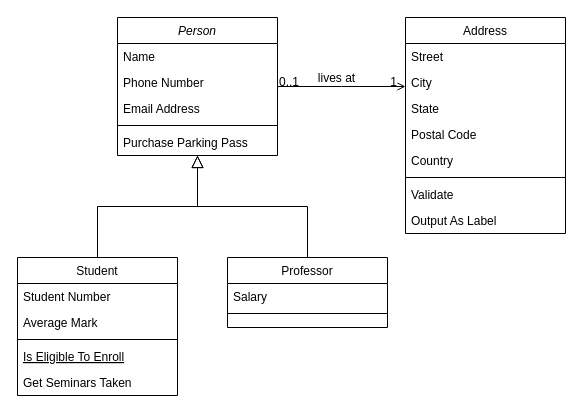
eignil/my-linux-note keeps this draw.io diagram as Untitled Diagram.drawio. Above is the earlier version. Source tidied: cells renumbered, new cells numbered last; positions are measured from the earlier drawing's top-left corner, leaving out a move shared by most shapes. Both pictures are drawn from the tidied source at 100%, with x=0, y=0 at pixel (17, 17).
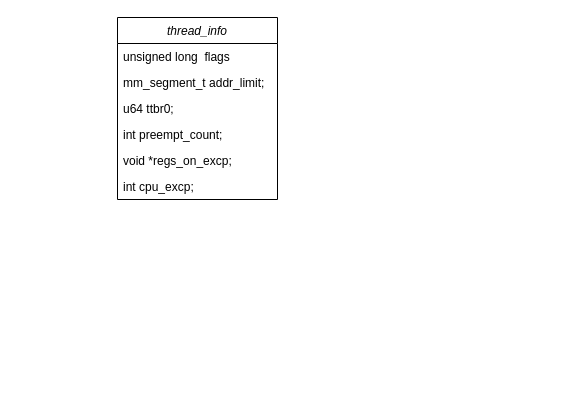
The same page after the edit.

The edit, as a diff of the source:
```diff
@@
-    <mxCell id="2" value="Person" style="swimlane;fontStyle=2;align=center;verticalAlign=top;horizontal=1;startSize=26;rounded=0;shadow=0;strokeWidth=1;" parent="1" vertex="1">
-      <mxGeometry x="100" width="160" height="138" as="geometry" />
+    <mxCell id="2" value="thread_info" style="swimlane;fontStyle=2;align=center;verticalAlign=top;horizontal=1;startSize=26;rounded=0;shadow=0;strokeWidth=1;" parent="1" vertex="1">
+      <mxGeometry x="100" width="160" height="182" as="geometry" />
     </mxCell>
-    <mxCell id="3" value="Name" style="text;align=left;verticalAlign=top;spacingLeft=4;spacingRight=4;overflow=hidden;" parent="2" vertex="1">
+    <mxCell id="3" value="unsigned long  flags" style="text;align=left;verticalAlign=top;spacingLeft=4;spacingRight=4;overflow=hidden;" parent="2" vertex="1">
       <mxGeometry y="26" width="160" height="26" as="geometry" />
     </mxCell>
-    <mxCell id="4" value="Phone Number" style="text;align=left;verticalAlign=top;spacingLeft=4;spacingRight=4;overflow=hidden;rounded=0;shadow=0;html=0;" parent="2" vertex="1">
+    <mxCell id="4" value="mm_segment_t  addr_limit;" style="text;align=left;verticalAlign=top;spacingLeft=4;spacingRight=4;overflow=hidden;rounded=0;shadow=0;html=0;" parent="2" vertex="1">
       <mxGeometry y="52" width="160" height="26" as="geometry" />
     </mxCell>
-    <mxCell id="5" value="Email Address" style="text;align=left;verticalAlign=top;spacingLeft=4;spacingRight=4;overflow=hidden;rounded=0;shadow=0;html=0;" parent="2" vertex="1">
+    <mxCell id="5" value="u64   ttbr0;" style="text;align=left;verticalAlign=top;spacingLeft=4;spacingRight=4;overflow=hidden;rounded=0;shadow=0;html=0;" parent="2" vertex="1">
       <mxGeometry y="78" width="160" height="26" as="geometry" />
     </mxCell>
-    <mxCell id="6" style="line;html=1;strokeWidth=1;align=left;verticalAlign=middle;spacingTop=-1;spacingLeft=3;spacingRight=3;labelPosition=right;" parent="2" vertex="1">
-      <mxGeometry y="104" width="160" height="8" as="geometry" />
-    </mxCell>
-    <mxCell id="7" value="Purchase Parking Pass" style="text;align=left;verticalAlign=top;spacingLeft=4;spacingRight=4;overflow=hidden;" parent="2" vertex="1">
-      <mxGeometry y="112" width="160" height="26" as="geometry" />
-    </mxCell>
-    <mxCell id="8" value="Student" style="swimlane;fontStyle=0;align=center;verticalAlign=top;horizontal=1;startSize=26;rounded=0;shadow=0;strokeWidth=1;" parent="1" vertex="1">
-      <mxGeometry y="240" width="160" height="138" as="geometry" />
-    </mxCell>
-    <mxCell id="9" value="Student Number" style="text;align=left;verticalAlign=top;spacingLeft=4;spacingRight=4;overflow=hidden;" parent="8" vertex="1">
-      <mxGeometry y="26" width="160" height="26" as="geometry" />
-    </mxCell>
-    <mxCell id="10" value="Average Mark" style="text;align=left;verticalAlign=top;spacingLeft=4;spacingRight=4;overflow=hidden;rounded=0;shadow=0;html=0;" parent="8" vertex="1">
-      <mxGeometry y="52" width="160" height="26" as="geometry" />
-    </mxCell>
-    <mxCell id="11" style="line;html=1;strokeWidth=1;align=left;verticalAlign=middle;spacingTop=-1;spacingLeft=3;spacingRight=3;labelPosition=right;" parent="8" vertex="1">
-      <mxGeometry y="78" width="160" height="8" as="geometry" />
-    </mxCell>
-    <mxCell id="12" value="Is Eligible To Enroll" style="text;align=left;verticalAlign=top;spacingLeft=4;spacingRight=4;overflow=hidden;fontStyle=4;" parent="8" vertex="1">
-      <mxGeometry y="86" width="160" height="26" as="geometry" />
-    </mxCell>
-    <mxCell id="13" value="Get Seminars Taken" style="text;align=left;verticalAlign=top;spacingLeft=4;spacingRight=4;overflow=hidden;" parent="8" vertex="1">
-      <mxGeometry y="112" width="160" height="26" as="geometry" />
-    </mxCell>
-    <mxCell id="14" style="endArrow=block;endSize=10;endFill=0;shadow=0;strokeWidth=1;rounded=0;edgeStyle=elbowEdgeStyle;elbow=vertical;" parent="1" edge="1" source="8" target="2">
-      <mxGeometry relative="1" as="geometry" />
-    </mxCell>
-    <mxCell id="15" value="Professor" style="swimlane;fontStyle=0;align=center;verticalAlign=top;horizontal=1;startSize=26;rounded=0;shadow=0;strokeWidth=1;" parent="1" vertex="1">
-      <mxGeometry x="210" y="240" width="160" height="70" as="geometry" />
-    </mxCell>
-    <mxCell id="16" value="Salary" style="text;align=left;verticalAlign=top;spacingLeft=4;spacingRight=4;overflow=hidden;" parent="15" vertex="1">
-      <mxGeometry y="26" width="160" height="26" as="geometry" />
-    </mxCell>
-    <mxCell id="17" style="line;html=1;strokeWidth=1;align=left;verticalAlign=middle;spacingTop=-1;spacingLeft=3;spacingRight=3;labelPosition=right;" parent="15" vertex="1">
-      <mxGeometry y="52" width="160" height="8" as="geometry" />
-    </mxCell>
-    <mxCell id="18" style="endArrow=block;endSize=10;endFill=0;shadow=0;strokeWidth=1;rounded=0;edgeStyle=elbowEdgeStyle;elbow=vertical;" parent="1" edge="1" source="15" target="2">
-      <mxGeometry relative="1" as="geometry" />
-    </mxCell>
-    <mxCell id="19" value="Address" style="swimlane;fontStyle=0;align=center;verticalAlign=top;horizontal=1;startSize=26;rounded=0;shadow=0;strokeWidth=1;" parent="1" vertex="1">
-      <mxGeometry x="388" width="160" height="216" as="geometry" />
-    </mxCell>
-    <mxCell id="20" value="Street" style="text;align=left;verticalAlign=top;spacingLeft=4;spacingRight=4;overflow=hidden;" parent="19" vertex="1">
-      <mxGeometry y="26" width="160" height="26" as="geometry" />
-    </mxCell>
-    <mxCell id="21" value="City" style="text;align=left;verticalAlign=top;spacingLeft=4;spacingRight=4;overflow=hidden;rounded=0;shadow=0;html=0;" parent="19" vertex="1">
-      <mxGeometry y="52" width="160" height="26" as="geometry" />
-    </mxCell>
-    <mxCell id="22" value="State" style="text;align=left;verticalAlign=top;spacingLeft=4;spacingRight=4;overflow=hidden;rounded=0;shadow=0;html=0;" parent="19" vertex="1">
-      <mxGeometry y="78" width="160" height="26" as="geometry" />
-    </mxCell>
-    <mxCell id="23" value="Postal Code" style="text;align=left;verticalAlign=top;spacingLeft=4;spacingRight=4;overflow=hidden;rounded=0;shadow=0;html=0;" parent="19" vertex="1">
-      <mxGeometry y="104" width="160" height="26" as="geometry" />
-    </mxCell>
-    <mxCell id="24" value="Country" style="text;align=left;verticalAlign=top;spacingLeft=4;spacingRight=4;overflow=hidden;rounded=0;shadow=0;html=0;" parent="19" vertex="1">
-      <mxGeometry y="130" width="160" height="26" as="geometry" />
-    </mxCell>
-    <mxCell id="25" style="line;html=1;strokeWidth=1;align=left;verticalAlign=middle;spacingTop=-1;spacingLeft=3;spacingRight=3;labelPosition=right;" parent="19" vertex="1">
-      <mxGeometry y="156" width="160" height="8" as="geometry" />
-    </mxCell>
-    <mxCell id="26" value="Validate" style="text;align=left;verticalAlign=top;spacingLeft=4;spacingRight=4;overflow=hidden;" parent="19" vertex="1">
-      <mxGeometry y="164" width="160" height="26" as="geometry" />
-    </mxCell>
-    <mxCell id="27" value="Output As Label" style="text;align=left;verticalAlign=top;spacingLeft=4;spacingRight=4;overflow=hidden;" parent="19" vertex="1">
-      <mxGeometry y="190" width="160" height="26" as="geometry" />
-    </mxCell>
-    <mxCell id="28" style="endArrow=open;shadow=0;strokeWidth=1;rounded=0;endFill=1;edgeStyle=elbowEdgeStyle;elbow=vertical;" parent="1" edge="1" source="2" target="19">
-      <mxGeometry x="0.5" y="41" relative="1" as="geometry">
-        <mxPoint x="-40" y="32" as="offset" />
-      </mxGeometry>
-    </mxCell>
-    <mxCell id="29" value="0..1" style="align=left;verticalAlign=bottom;labelBackgroundColor=none;fontSize=12;" parent="28" vertex="1">
-      <mxGeometry x="-1" relative="1" as="geometry">
-        <mxPoint y="4" as="offset" />
-      </mxGeometry>
-    </mxCell>
-    <mxCell id="30" value="1" style="align=right;verticalAlign=bottom;labelBackgroundColor=none;fontSize=12;" parent="28" vertex="1">
-      <mxGeometry x="1" relative="1" as="geometry">
-        <mxPoint x="-7" y="4" as="offset" />
-      </mxGeometry>
-    </mxCell>
-    <mxCell id="31" value="lives at" style="text;html=1;align=center;verticalAlign=middle;labelBackgroundColor=none;rounded=0;shadow=0;strokeWidth=1;fontSize=12;" parent="28" vertex="1">
-      <mxGeometry x="0.5" y="49" relative="1" as="geometry">
-        <mxPoint x="-38" y="40" as="offset" />
-      </mxGeometry>
-    </mxCell>
+    <mxCell id="32" value="int   preempt_count;" style="text;align=left;verticalAlign=top;spacingLeft=4;spacingRight=4;overflow=hidden;rounded=0;shadow=0;html=0;" parent="2" vertex="1">
+      <mxGeometry y="104" width="160" height="26" as="geometry" />
+    </mxCell>
+    <mxCell id="33" value="void   *regs_on_excp;" style="text;align=left;verticalAlign=top;spacingLeft=4;spacingRight=4;overflow=hidden;rounded=0;shadow=0;html=0;" parent="2" vertex="1">
+      <mxGeometry y="130" width="160" height="26" as="geometry" />
+    </mxCell>
+    <mxCell id="34" value="int   cpu_excp;" style="text;align=left;verticalAlign=top;spacingLeft=4;spacingRight=4;overflow=hidden;rounded=0;shadow=0;html=0;" parent="2" vertex="1">
+      <mxGeometry y="156" width="160" height="26" as="geometry" />
+    </mxCell>
```
